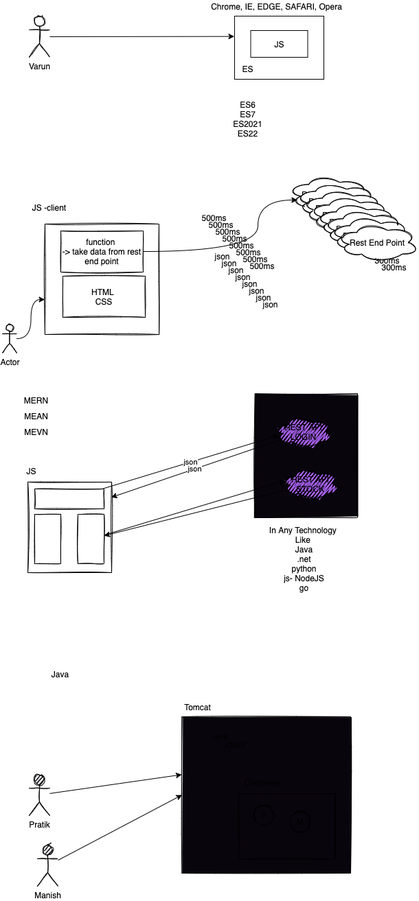
The draw.io diagram images/day1.drawio.png in adithnaveen/sapient-freshers-nodejs-dec-2021, before a commit. Source tidied: cells renumbered, new cells last; positions are measured from the earlier drawing's top-left corner, leaving out a move shared by most shapes.
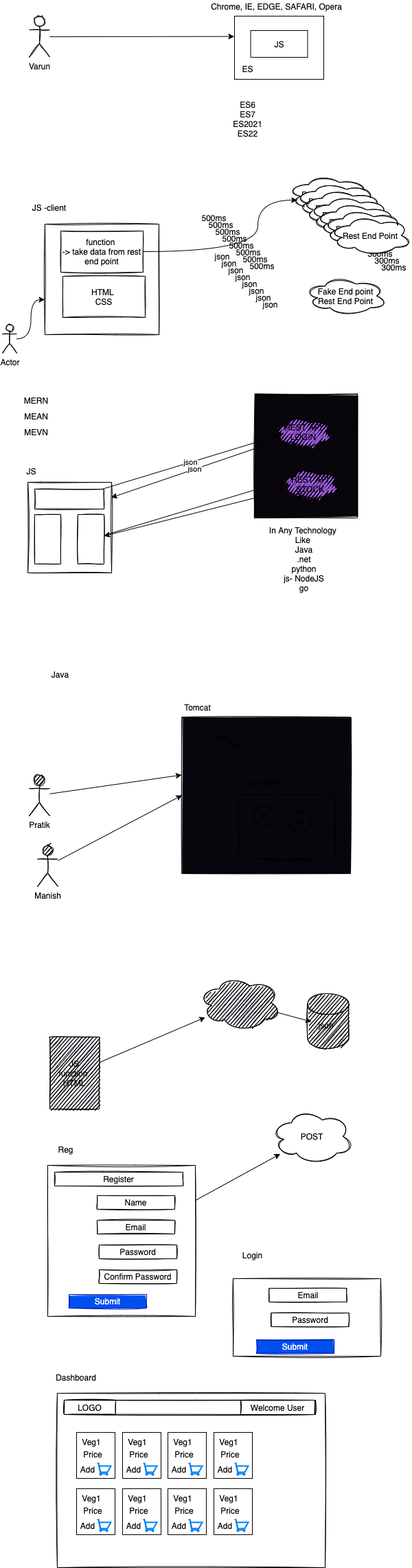
The same file after the commit.

Commit message:
added login with json-server

Diff of the diagram source:
```diff
@@ -2,6 +2,9 @@
   <root>
     <mxCell id="0" />
     <mxCell id="1" parent="0" />
+    <mxCell id="77" style="shape=cylinder3;whiteSpace=wrap;html=1;boundedLbl=1;backgroundOutline=1;size=15;shadow=0;sketch=1;fillColor=#09050D;gradientDirection=south;" parent="1" vertex="1">
+      <mxGeometry x="444.5" y="1447" width="60" height="80" as="geometry" />
+    </mxCell>
     <mxCell id="2" style="rounded=0;whiteSpace=wrap;html=1;shadow=0;sketch=1;gradientDirection=south;fillStyle=solid;fillColor=#09050D;" parent="1" vertex="1">
       <mxGeometry x="368" y="573.5" width="149" height="180.5" as="geometry" />
     </mxCell>
@@ -136,8 +139,8 @@
     <mxCell id="44" value="300ms" style="text;html=1;align=center;verticalAlign=middle;strokeColor=none;" parent="1" vertex="1">
       <mxGeometry x="537" y="370" width="46" height="18" as="geometry" />
     </mxCell>
-    <mxCell id="45" value="Rest End Point" style="ellipse;shape=cloud;whiteSpace=wrap;html=1;sketch=1;" parent="1" vertex="1">
-      <mxGeometry x="486" y="324" width="120" height="57" as="geometry" />
+    <mxCell id="45" value="Fake End point&lt;br&gt;Rest End Point" style="ellipse;shape=cloud;whiteSpace=wrap;html=1;sketch=1;" parent="1" vertex="1">
+      <mxGeometry x="440" y="402" width="120" height="57" as="geometry" />
     </mxCell>
     <mxCell id="46" value="json" style="text;html=1;align=center;verticalAlign=middle;strokeColor=none;" parent="1" vertex="1">
       <mxGeometry x="374" y="434" width="32" height="18" as="geometry" />
@@ -232,5 +235,200 @@
     <mxCell id="76" value="M" style="ellipse;whiteSpace=wrap;html=1;shadow=0;sketch=1;fillColor=#09050D;gradientDirection=south;" parent="1" vertex="1">
       <mxGeometry x="419" y="1182" width="30" height="30" as="geometry" />
     </mxCell>
+    <mxCell id="78" style="edgeStyle=none;html=1;" parent="1" edge="1" source="79" target="81">
+      <mxGeometry relative="1" as="geometry" />
+    </mxCell>
+    <mxCell id="79" value="JS&lt;br&gt;function&amp;nbsp;&lt;br&gt;HTML" style="rounded=0;whiteSpace=wrap;html=1;shadow=0;sketch=1;fillColor=#09050D;gradientDirection=south;" parent="1" vertex="1">
+      <mxGeometry x="69" y="1510" width="72" height="105" as="geometry" />
+    </mxCell>
+    <mxCell id="80" style="edgeStyle=none;html=1;" parent="1" edge="1" source="81" target="82">
+      <mxGeometry relative="1" as="geometry" />
+    </mxCell>
+    <mxCell id="81" style="ellipse;shape=cloud;whiteSpace=wrap;html=1;shadow=0;sketch=1;fillColor=#09050D;gradientDirection=south;" parent="1" vertex="1">
+      <mxGeometry x="286" y="1420" width="120" height="80" as="geometry" />
+    </mxCell>
+    <mxCell id="82" value=".json" style="text;html=1;strokeColor=none;fillColor=none;align=center;verticalAlign=middle;whiteSpace=wrap;rounded=0;shadow=0;sketch=1;" parent="1" vertex="1">
+      <mxGeometry x="450" y="1483" width="40" height="20" as="geometry" />
+    </mxCell>
+    <mxCell id="83" style="edgeStyle=none;html=1;" parent="1" edge="1" source="84" target="91">
+      <mxGeometry relative="1" as="geometry" />
+    </mxCell>
+    <mxCell id="84" style="rounded=0;whiteSpace=wrap;html=1;shadow=0;sketch=1;gradientDirection=south;fillStyle=solid;fillColor=none;" parent="1" vertex="1">
+      <mxGeometry x="66" y="1697" width="215" height="220" as="geometry" />
+    </mxCell>
+    <mxCell id="85" value="Register" style="rounded=0;whiteSpace=wrap;html=1;shadow=0;sketch=1;gradientDirection=south;fillStyle=solid;fillColor=none;" parent="1" vertex="1">
+      <mxGeometry x="76" y="1707" width="187" height="20" as="geometry" />
+    </mxCell>
+    <mxCell id="86" value="Name" style="rounded=0;whiteSpace=wrap;html=1;shadow=0;sketch=1;gradientDirection=south;fillStyle=solid;fillColor=none;" parent="1" vertex="1">
+      <mxGeometry x="138" y="1741" width="113" height="20" as="geometry" />
+    </mxCell>
+    <mxCell id="87" value="Email" style="rounded=0;whiteSpace=wrap;html=1;shadow=0;sketch=1;gradientDirection=south;fillStyle=solid;fillColor=none;" parent="1" vertex="1">
+      <mxGeometry x="138" y="1777" width="113" height="20" as="geometry" />
+    </mxCell>
+    <mxCell id="88" value="Password" style="rounded=0;whiteSpace=wrap;html=1;shadow=0;sketch=1;gradientDirection=south;fillStyle=solid;fillColor=none;" parent="1" vertex="1">
+      <mxGeometry x="141" y="1813" width="113" height="20" as="geometry" />
+    </mxCell>
+    <mxCell id="89" value="Confirm Password" style="rounded=0;whiteSpace=wrap;html=1;shadow=0;sketch=1;gradientDirection=south;fillStyle=solid;fillColor=none;" parent="1" vertex="1">
+      <mxGeometry x="141" y="1849" width="113" height="20" as="geometry" />
+    </mxCell>
+    <mxCell id="90" value="Submit" style="rounded=0;whiteSpace=wrap;html=1;shadow=0;sketch=1;gradientDirection=south;fillStyle=solid;fillColor=#0050ef;strokeColor=#001DBC;fontColor=#ffffff;" parent="1" vertex="1">
+      <mxGeometry x="97" y="1885" width="113" height="20" as="geometry" />
+    </mxCell>
+    <mxCell id="91" value="POST&lt;br&gt;" style="ellipse;shape=cloud;whiteSpace=wrap;html=1;shadow=0;sketch=1;fillColor=none;gradientDirection=south;" parent="1" vertex="1">
+      <mxGeometry x="391" y="1615" width="120" height="80" as="geometry" />
+    </mxCell>
+    <mxCell id="92" style="rounded=0;whiteSpace=wrap;html=1;shadow=0;sketch=1;gradientDirection=south;fillStyle=solid;fillColor=none;" parent="1" vertex="1">
+      <mxGeometry x="336" y="1862" width="215" height="113" as="geometry" />
+    </mxCell>
+    <mxCell id="93" value="Reg" style="text;html=1;align=center;verticalAlign=middle;strokeColor=none;" parent="1" vertex="1">
+      <mxGeometry x="76" y="1665" width="32" height="18" as="geometry" />
+    </mxCell>
+    <mxCell id="94" value="Login" style="text;html=1;align=center;verticalAlign=middle;strokeColor=none;" parent="1" vertex="1">
+      <mxGeometry x="344" y="1819" width="39" height="18" as="geometry" />
+    </mxCell>
+    <mxCell id="95" value="Email" style="rounded=0;whiteSpace=wrap;html=1;shadow=0;sketch=1;gradientDirection=south;fillStyle=solid;fillColor=none;" parent="1" vertex="1">
+      <mxGeometry x="388.5" y="1876" width="113" height="20" as="geometry" />
+    </mxCell>
+    <mxCell id="96" value="Password" style="rounded=0;whiteSpace=wrap;html=1;shadow=0;sketch=1;gradientDirection=south;fillStyle=solid;fillColor=none;" parent="1" vertex="1">
+      <mxGeometry x="391.5" y="1912" width="113" height="20" as="geometry" />
+    </mxCell>
+    <mxCell id="97" value="Submit" style="rounded=0;whiteSpace=wrap;html=1;shadow=0;sketch=1;gradientDirection=south;fillStyle=solid;fillColor=#0050ef;strokeColor=#001DBC;fontColor=#ffffff;" parent="1" vertex="1">
+      <mxGeometry x="370" y="1951" width="113" height="20" as="geometry" />
+    </mxCell>
+    <mxCell id="98" style="rounded=0;whiteSpace=wrap;html=1;shadow=0;sketch=1;gradientDirection=south;fillStyle=solid;fillColor=none;" parent="1" vertex="1">
+      <mxGeometry x="80" y="2029" width="390" height="254" as="geometry" />
+    </mxCell>
+    <mxCell id="99" value="Dashboard" style="text;html=1;align=center;verticalAlign=middle;strokeColor=none;" parent="1" vertex="1">
+      <mxGeometry x="72" y="1997" width="69" height="18" as="geometry" />
+    </mxCell>
+    <mxCell id="100" style="rounded=0;whiteSpace=wrap;html=1;shadow=0;sketch=1;gradientDirection=south;fillStyle=solid;fillColor=none;" parent="1" vertex="1">
+      <mxGeometry x="90" y="2039" width="366" height="21" as="geometry" />
+    </mxCell>
+    <mxCell id="101" value="Welcome User" style="rounded=0;whiteSpace=wrap;html=1;shadow=0;sketch=1;gradientDirection=south;fillStyle=solid;fillColor=none;" parent="1" vertex="1">
+      <mxGeometry x="346.8" y="2039" width="108" height="21" as="geometry" />
+    </mxCell>
+    <mxCell id="102" value="LOGO" style="rounded=0;whiteSpace=wrap;html=1;shadow=0;sketch=1;gradientDirection=south;fillStyle=solid;fillColor=none;" parent="1" vertex="1">
+      <mxGeometry x="90" y="2039" width="75" height="21" as="geometry" />
+    </mxCell>
+    <mxCell id="103" style="rounded=0;whiteSpace=wrap;html=1;" parent="1" vertex="1">
+      <mxGeometry x="108" y="2086" width="56" height="67" as="geometry" />
+    </mxCell>
+    <mxCell id="104" value="Veg1" style="text;html=1;strokeColor=none;fillColor=none;align=center;verticalAlign=middle;whiteSpace=wrap;rounded=0;" parent="1" vertex="1">
+      <mxGeometry x="110" y="2090" width="40" height="20" as="geometry" />
+    </mxCell>
+    <mxCell id="105" value="Price" style="text;html=1;strokeColor=none;fillColor=none;align=center;verticalAlign=middle;whiteSpace=wrap;rounded=0;" parent="1" vertex="1">
+      <mxGeometry x="112" y="2108" width="40" height="20" as="geometry" />
+    </mxCell>
+    <mxCell id="106" style="html=1;verticalLabelPosition=bottom;align=center;labelBackgroundColor=#ffffff;verticalAlign=top;strokeWidth=2;strokeColor=#0080F0;shadow=0;dashed=0;shape=mxgraph.ios7.icons.shopping_cart;" parent="1" vertex="1">
+      <mxGeometry x="138" y="2131" width="20" height="17" as="geometry" />
+    </mxCell>
+    <mxCell id="107" value="Add" style="text;html=1;align=center;verticalAlign=middle;strokeColor=none;" parent="1" vertex="1">
+      <mxGeometry x="108" y="2131" width="31" height="18" as="geometry" />
+    </mxCell>
+    <mxCell id="108" style="rounded=0;whiteSpace=wrap;html=1;" parent="1" vertex="1">
+      <mxGeometry x="175" y="2086" width="56" height="67" as="geometry" />
+    </mxCell>
+    <mxCell id="109" value="Veg1" style="text;html=1;strokeColor=none;fillColor=none;align=center;verticalAlign=middle;whiteSpace=wrap;rounded=0;" parent="1" vertex="1">
+      <mxGeometry x="177" y="2090" width="40" height="20" as="geometry" />
+    </mxCell>
+    <mxCell id="110" value="Price" style="text;html=1;strokeColor=none;fillColor=none;align=center;verticalAlign=middle;whiteSpace=wrap;rounded=0;" parent="1" vertex="1">
+      <mxGeometry x="179" y="2108" width="40" height="20" as="geometry" />
+    </mxCell>
+    <mxCell id="111" style="html=1;verticalLabelPosition=bottom;align=center;labelBackgroundColor=#ffffff;verticalAlign=top;strokeWidth=2;strokeColor=#0080F0;shadow=0;dashed=0;shape=mxgraph.ios7.icons.shopping_cart;" parent="1" vertex="1">
+      <mxGeometry x="205" y="2131" width="20" height="17" as="geometry" />
+    </mxCell>
+    <mxCell id="112" value="Add" style="text;html=1;align=center;verticalAlign=middle;strokeColor=none;" parent="1" vertex="1">
+      <mxGeometry x="175" y="2131" width="31" height="18" as="geometry" />
+    </mxCell>
+    <mxCell id="113" style="rounded=0;whiteSpace=wrap;html=1;" parent="1" vertex="1">
+      <mxGeometry x="241" y="2086" width="56" height="67" as="geometry" />
+    </mxCell>
+    <mxCell id="114" value="Veg1" style="text;html=1;strokeColor=none;fillColor=none;align=center;verticalAlign=middle;whiteSpace=wrap;rounded=0;" parent="1" vertex="1">
+      <mxGeometry x="243" y="2090" width="40" height="20" as="geometry" />
+    </mxCell>
+    <mxCell id="115" value="Price" style="text;html=1;strokeColor=none;fillColor=none;align=center;verticalAlign=middle;whiteSpace=wrap;rounded=0;" parent="1" vertex="1">
+      <mxGeometry x="245" y="2108" width="40" height="20" as="geometry" />
+    </mxCell>
+    <mxCell id="116" style="html=1;verticalLabelPosition=bottom;align=center;labelBackgroundColor=#ffffff;verticalAlign=top;strokeWidth=2;strokeColor=#0080F0;shadow=0;dashed=0;shape=mxgraph.ios7.icons.shopping_cart;" parent="1" vertex="1">
+      <mxGeometry x="271" y="2131" width="20" height="17" as="geometry" />
+    </mxCell>
+    <mxCell id="117" value="Add" style="text;html=1;align=center;verticalAlign=middle;strokeColor=none;" parent="1" vertex="1">
+      <mxGeometry x="241" y="2131" width="31" height="18" as="geometry" />
+    </mxCell>
+    <mxCell id="118" style="rounded=0;whiteSpace=wrap;html=1;" parent="1" vertex="1">
+      <mxGeometry x="308" y="2086" width="56" height="67" as="geometry" />
+    </mxCell>
+    <mxCell id="119" value="Veg1" style="text;html=1;strokeColor=none;fillColor=none;align=center;verticalAlign=middle;whiteSpace=wrap;rounded=0;" parent="1" vertex="1">
+      <mxGeometry x="310" y="2090" width="40" height="20" as="geometry" />
+    </mxCell>
+    <mxCell id="120" value="Price" style="text;html=1;strokeColor=none;fillColor=none;align=center;verticalAlign=middle;whiteSpace=wrap;rounded=0;" parent="1" vertex="1">
+      <mxGeometry x="312" y="2108" width="40" height="20" as="geometry" />
+    </mxCell>
+    <mxCell id="121" style="html=1;verticalLabelPosition=bottom;align=center;labelBackgroundColor=#ffffff;verticalAlign=top;strokeWidth=2;strokeColor=#0080F0;shadow=0;dashed=0;shape=mxgraph.ios7.icons.shopping_cart;" parent="1" vertex="1">
+      <mxGeometry x="338" y="2131" width="20" height="17" as="geometry" />
+    </mxCell>
+    <mxCell id="122" value="Add" style="text;html=1;align=center;verticalAlign=middle;strokeColor=none;" parent="1" vertex="1">
+      <mxGeometry x="308" y="2131" width="31" height="18" as="geometry" />
+    </mxCell>
+    <mxCell id="123" style="rounded=0;whiteSpace=wrap;html=1;" parent="1" vertex="1">
+      <mxGeometry x="108" y="2168" width="56" height="67" as="geometry" />
+    </mxCell>
+    <mxCell id="124" value="Veg1" style="text;html=1;strokeColor=none;fillColor=none;align=center;verticalAlign=middle;whiteSpace=wrap;rounded=0;" parent="1" vertex="1">
+      <mxGeometry x="110" y="2172" width="40" height="20" as="geometry" />
+    </mxCell>
+    <mxCell id="125" value="Price" style="text;html=1;strokeColor=none;fillColor=none;align=center;verticalAlign=middle;whiteSpace=wrap;rounded=0;" parent="1" vertex="1">
+      <mxGeometry x="112" y="2190" width="40" height="20" as="geometry" />
+    </mxCell>
+    <mxCell id="126" style="html=1;verticalLabelPosition=bottom;align=center;labelBackgroundColor=#ffffff;verticalAlign=top;strokeWidth=2;strokeColor=#0080F0;shadow=0;dashed=0;shape=mxgraph.ios7.icons.shopping_cart;" parent="1" vertex="1">
+      <mxGeometry x="138" y="2213" width="20" height="17" as="geometry" />
+    </mxCell>
+    <mxCell id="127" value="Add" style="text;html=1;align=center;verticalAlign=middle;strokeColor=none;" parent="1" vertex="1">
+      <mxGeometry x="108" y="2213" width="31" height="18" as="geometry" />
+    </mxCell>
+    <mxCell id="128" style="rounded=0;whiteSpace=wrap;html=1;" parent="1" vertex="1">
+      <mxGeometry x="175" y="2168" width="56" height="67" as="geometry" />
+    </mxCell>
+    <mxCell id="129" value="Veg1" style="text;html=1;strokeColor=none;fillColor=none;align=center;verticalAlign=middle;whiteSpace=wrap;rounded=0;" parent="1" vertex="1">
+      <mxGeometry x="177" y="2172" width="40" height="20" as="geometry" />
+    </mxCell>
+    <mxCell id="130" value="Price" style="text;html=1;strokeColor=none;fillColor=none;align=center;verticalAlign=middle;whiteSpace=wrap;rounded=0;" parent="1" vertex="1">
+      <mxGeometry x="179" y="2190" width="40" height="20" as="geometry" />
+    </mxCell>
+    <mxCell id="131" style="html=1;verticalLabelPosition=bottom;align=center;labelBackgroundColor=#ffffff;verticalAlign=top;strokeWidth=2;strokeColor=#0080F0;shadow=0;dashed=0;shape=mxgraph.ios7.icons.shopping_cart;" parent="1" vertex="1">
+      <mxGeometry x="205" y="2213" width="20" height="17" as="geometry" />
+    </mxCell>
+    <mxCell id="132" value="Add" style="text;html=1;align=center;verticalAlign=middle;strokeColor=none;" parent="1" vertex="1">
+      <mxGeometry x="175" y="2213" width="31" height="18" as="geometry" />
+    </mxCell>
+    <mxCell id="133" style="rounded=0;whiteSpace=wrap;html=1;" parent="1" vertex="1">
+      <mxGeometry x="241" y="2168" width="56" height="67" as="geometry" />
+    </mxCell>
+    <mxCell id="134" value="Veg1" style="text;html=1;strokeColor=none;fillColor=none;align=center;verticalAlign=middle;whiteSpace=wrap;rounded=0;" parent="1" vertex="1">
+      <mxGeometry x="243" y="2172" width="40" height="20" as="geometry" />
+    </mxCell>
+    <mxCell id="135" value="Price" style="text;html=1;strokeColor=none;fillColor=none;align=center;verticalAlign=middle;whiteSpace=wrap;rounded=0;" parent="1" vertex="1">
+      <mxGeometry x="245" y="2190" width="40" height="20" as="geometry" />
+    </mxCell>
+    <mxCell id="136" style="html=1;verticalLabelPosition=bottom;align=center;labelBackgroundColor=#ffffff;verticalAlign=top;strokeWidth=2;strokeColor=#0080F0;shadow=0;dashed=0;shape=mxgraph.ios7.icons.shopping_cart;" parent="1" vertex="1">
+      <mxGeometry x="271" y="2213" width="20" height="17" as="geometry" />
+    </mxCell>
+    <mxCell id="137" value="Add" style="text;html=1;align=center;verticalAlign=middle;strokeColor=none;" parent="1" vertex="1">
+      <mxGeometry x="241" y="2213" width="31" height="18" as="geometry" />
+    </mxCell>
+    <mxCell id="138" style="rounded=0;whiteSpace=wrap;html=1;" parent="1" vertex="1">
+      <mxGeometry x="308" y="2168" width="56" height="67" as="geometry" />
+    </mxCell>
+    <mxCell id="139" value="Veg1" style="text;html=1;strokeColor=none;fillColor=none;align=center;verticalAlign=middle;whiteSpace=wrap;rounded=0;" parent="1" vertex="1">
+      <mxGeometry x="310" y="2172" width="40" height="20" as="geometry" />
+    </mxCell>
+    <mxCell id="140" value="Price" style="text;html=1;strokeColor=none;fillColor=none;align=center;verticalAlign=middle;whiteSpace=wrap;rounded=0;" parent="1" vertex="1">
+      <mxGeometry x="312" y="2190" width="40" height="20" as="geometry" />
+    </mxCell>
+    <mxCell id="141" style="html=1;verticalLabelPosition=bottom;align=center;labelBackgroundColor=#ffffff;verticalAlign=top;strokeWidth=2;strokeColor=#0080F0;shadow=0;dashed=0;shape=mxgraph.ios7.icons.shopping_cart;" parent="1" vertex="1">
+      <mxGeometry x="338" y="2213" width="20" height="17" as="geometry" />
+    </mxCell>
+    <mxCell id="142" value="Add" style="text;html=1;align=center;verticalAlign=middle;strokeColor=none;" parent="1" vertex="1">
+      <mxGeometry x="308" y="2213" width="31" height="18" as="geometry" />
+    </mxCell>
   </root>
 </mxGraphModel>
```
